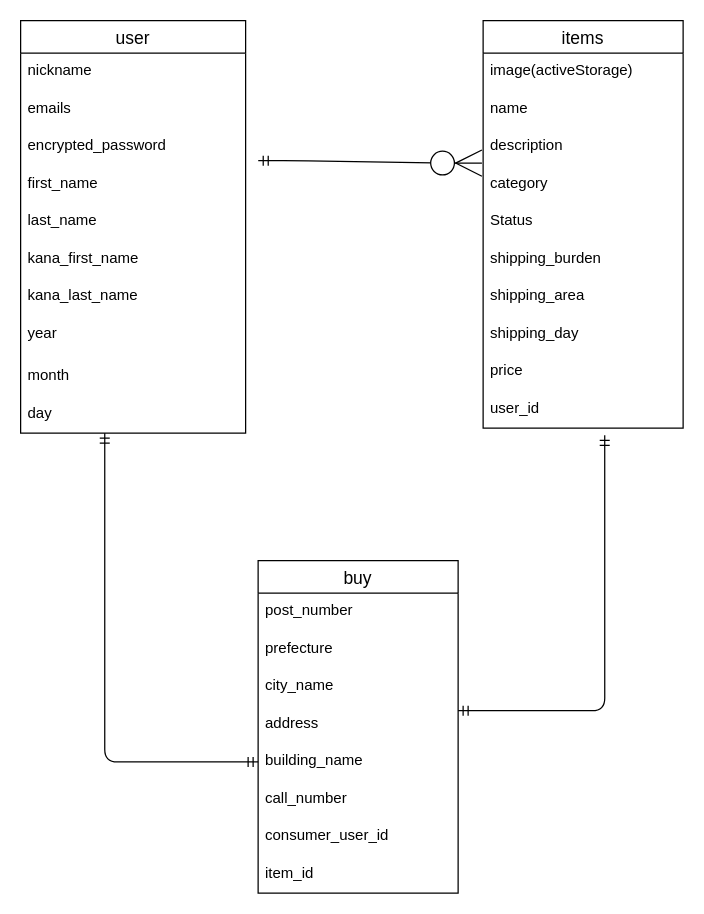
Above: test.dio in shunta-nomura/furima-32982 (draw.io), before the change. Source tidied: cells renumbered, new cells numbered last; positions are measured from the earlier drawing's top-left corner, leaving out a move shared by most shapes. Both pictures are drawn from the tidied source at 125%, with x=0, y=0 at pixel (20, 20).
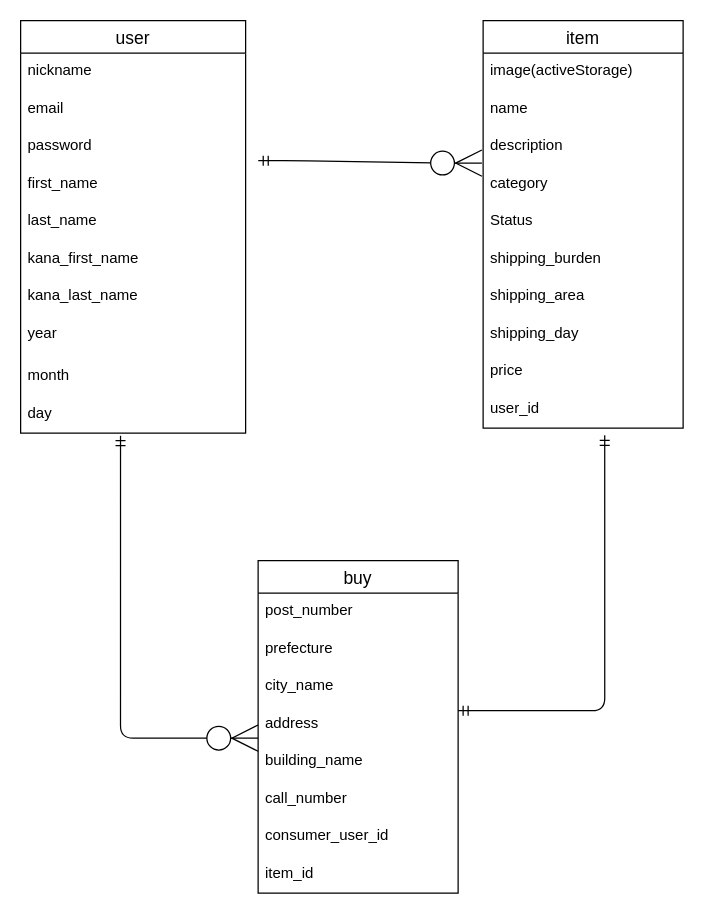
Above is the later version.

Unchanged cells that the change refers to:
```xml
<mxCell id="2" value="user" style="swimlane;fontStyle=0;horizontal=1;startSize=26;align=center;fontSize=14;" parent="1" vertex="1">
  <mxGeometry width="180" height="330" as="geometry" />
</mxCell>
<mxCell id="12" value="day&#10;" style="text;strokeColor=none;fillColor=none;spacingLeft=4;spacingRight=4;overflow=hidden;points=[[0,0.5],[1,0.5]];portConstraint=eastwest;fontSize=12;" parent="2" vertex="1">
  <mxGeometry y="300" width="180" height="30" as="geometry" />
</mxCell>
<mxCell id="30" value="building_name" style="text;strokeColor=none;fillColor=none;spacingLeft=4;spacingRight=4;overflow=hidden;points=[[0,0.5],[1,0.5]];portConstraint=eastwest;fontSize=12;" parent="25" vertex="1">
  <mxGeometry y="146" width="160" height="30" as="geometry" />
</mxCell>
```

The edit, as a diff of the source:
```diff
@@
-    <mxCell id="4" value="emails" style="text;strokeColor=none;fillColor=none;spacingLeft=4;spacingRight=4;overflow=hidden;fontSize=12;" parent="2" vertex="1">
+    <mxCell id="4" value="email" style="text;strokeColor=none;fillColor=none;spacingLeft=4;spacingRight=4;overflow=hidden;fontSize=12;" parent="2" vertex="1">
       <mxGeometry y="56" width="180" height="30" as="geometry" />
     </mxCell>
-    <mxCell id="5" value="encrypted_password" style="text;strokeColor=none;fillColor=none;spacingLeft=4;spacingRight=4;overflow=hidden;fontSize=12;" parent="2" vertex="1">
+    <mxCell id="5" value="password" style="text;strokeColor=none;fillColor=none;spacingLeft=4;spacingRight=4;overflow=hidden;fontSize=12;" parent="2" vertex="1">
       <mxGeometry y="86" width="180" height="30" as="geometry" />
     </mxCell>
@@
-    <mxCell id="13" value="items" style="swimlane;fontStyle=0;horizontal=1;startSize=26;align=center;fontSize=14;fillColor=none;gradientColor=none;" parent="1" vertex="1">
+    <mxCell id="13" value="item" style="swimlane;fontStyle=0;horizontal=1;startSize=26;align=center;fontSize=14;fillColor=none;gradientColor=none;" parent="1" vertex="1">
       <mxGeometry x="370" width="160" height="326" as="geometry" />
     </mxCell>
@@
-    <mxCell id="35" style="edgeStyle=orthogonalEdgeStyle;fontSize=12;html=1;endArrow=ERmandOne;startArrow=ERmandOne;entryX=0.608;entryY=1.19;entryDx=0;entryDy=0;entryPerimeter=0;exitX=0;exitY=0.5;exitDx=0;exitDy=0;" parent="1" edge="1" source="30">
-      <mxGeometry relative="1" as="geometry">
-        <mxPoint x="67.3" y="330" as="targetPoint" />
-        <Array as="points">
-          <mxPoint x="67" y="593" />
-        </Array>
-      </mxGeometry>
-    </mxCell>
+    <mxCell id="36" style="edgeStyle=orthogonalEdgeStyle;fontSize=12;html=1;endArrow=ERzeroToMany;startArrow=ERmandOne;exitX=0.444;exitY=1.067;exitDx=0;exitDy=0;exitPerimeter=0;entryX=-0.006;entryY=-0.067;entryDx=0;entryDy=0;entryPerimeter=0;endSize=19;" parent="1" edge="1" source="12">
+      <mxGeometry relative="1" as="geometry">
+        <mxPoint x="190" y="574" as="targetPoint" />
+        <Array as="points">
+          <mxPoint x="80" y="574" />
+        </Array>
+      </mxGeometry>
+    </mxCell>
```
